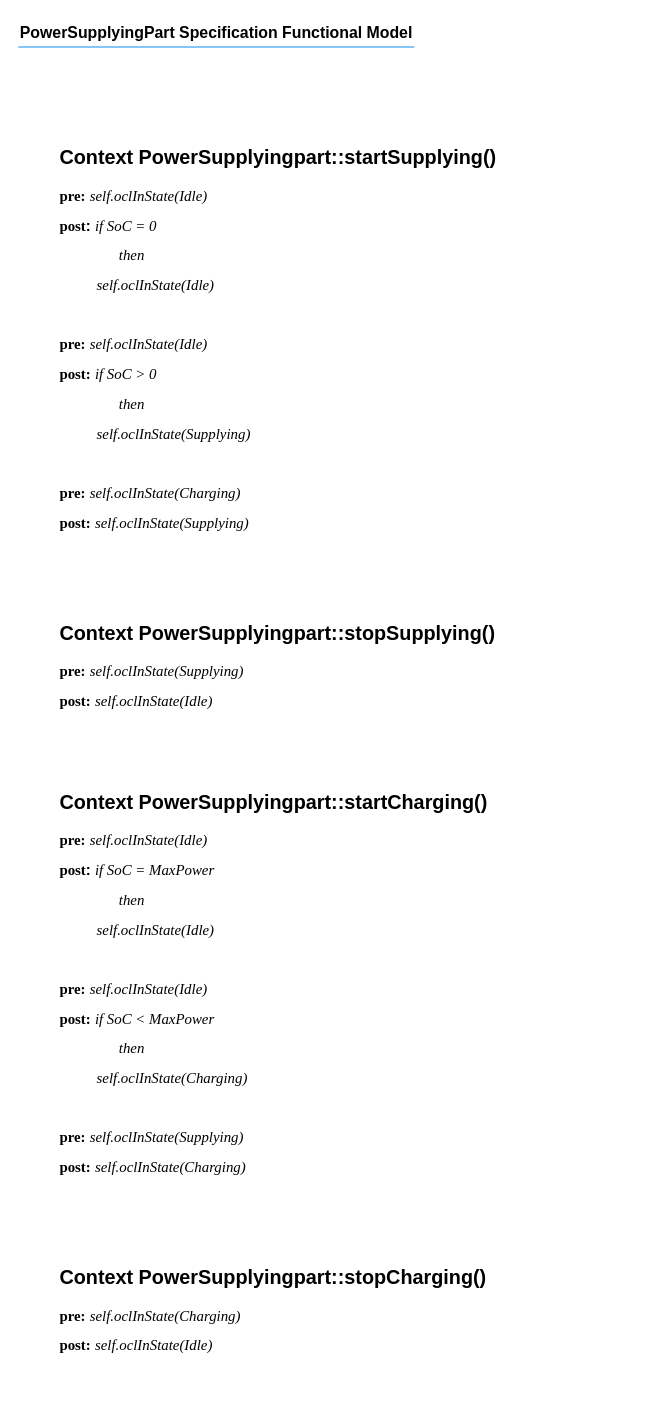
Above: PowerSupplyingPart-Specification-Functional-Model-v4.drawio in Mohammad-Si/convide-A02-MVE (draw.io), before the change. Source tidied: cells renumbered, new cells numbered last; positions are measured from the earlier drawing's top-left corner, leaving out a move shared by most shapes. Both pictures are drawn from the tidied source at 99%, with x=0, y=0 at pixel (18, 17).
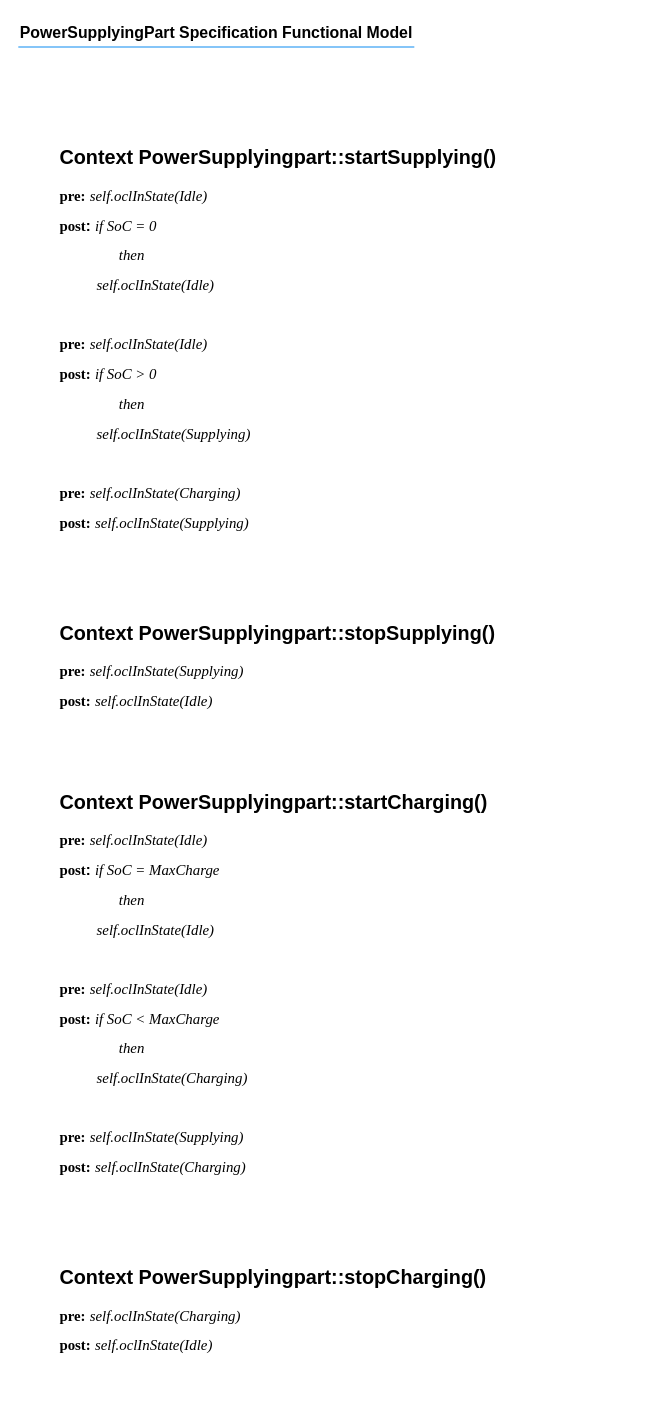
The same diagram, later.

What changed in the source:
```diff
@@
 <mxGraphModel>
   <root>
     <mxCell id="0" />
     <mxCell id="1" parent="0" />
     <mxCell id="2" value="&lt;h1 style=&quot;margin-top: 0px;&quot;&gt;&lt;font style=&quot;font-size: 20px;&quot;&gt;Context PowerSupplyingpart::startSupplying()&lt;/font&gt;&lt;/h1&gt;&lt;p&gt;&lt;font style=&quot;font-size: 15px;&quot;&gt;&lt;b style=&quot;&quot;&gt;&lt;font face=&quot;Times New Roman&quot;&gt;pre:&lt;/font&gt; &lt;/b&gt;&lt;font face=&quot;Times New Roman&quot;&gt;&lt;i&gt;self.oclInState(Idle)&lt;/i&gt;&lt;/font&gt;&lt;/font&gt;&lt;/p&gt;&lt;p&gt;&lt;font style=&quot;font-size: 15px;&quot;&gt;&lt;b&gt;&lt;font face=&quot;Times New Roman&quot;&gt;post&lt;/font&gt;:&lt;/b&gt;&amp;nbsp;&lt;font face=&quot;Times New Roman&quot;&gt;&lt;i&gt;if SoC = 0&lt;/i&gt;&lt;/font&gt;&lt;/font&gt;&lt;/p&gt;&lt;p&gt;&lt;font face=&quot;Times New Roman&quot; style=&quot;font-size: 15px;&quot;&gt;&lt;i&gt;&lt;span style=&quot;white-space: pre;&quot;&gt;&#9;&lt;/span&gt;&lt;span style=&quot;white-space: pre;&quot;&gt;&#9;&lt;/span&gt;then&lt;br&gt;&lt;/i&gt;&lt;/font&gt;&lt;/p&gt;&lt;p&gt;&lt;font style=&quot;font-size: 15px;&quot;&gt;&lt;font face=&quot;Times New Roman&quot;&gt;&lt;i&gt;&lt;span style=&quot;white-space: pre;&quot;&gt;&#9;&lt;/span&gt;&amp;nbsp; self.oclInState(Idle)&lt;/i&gt;&lt;/font&gt;&lt;br&gt;&lt;/font&gt;&lt;/p&gt;&lt;p&gt;&lt;font style=&quot;font-size: 15px;&quot;&gt;&lt;br&gt;&lt;/font&gt;&lt;/p&gt;&lt;p&gt;&lt;font style=&quot;font-size: 15px;&quot;&gt;&lt;b&gt;&lt;font face=&quot;Times New Roman&quot;&gt;pre:&lt;/font&gt;&amp;nbsp;&lt;/b&gt;&lt;font face=&quot;Times New Roman&quot;&gt;&lt;i&gt;self.oclInState(Idle)&lt;/i&gt;&lt;/font&gt;&lt;/font&gt;&lt;/p&gt;&lt;p&gt;&lt;font style=&quot;font-size: 15px;&quot;&gt;&lt;b&gt;&lt;font face=&quot;Times New Roman&quot;&gt;post:&lt;/font&gt;&lt;/b&gt;&amp;nbsp;&lt;font face=&quot;Times New Roman&quot;&gt;&lt;i&gt;if SoC &amp;gt; 0&lt;/i&gt;&lt;/font&gt;&lt;/font&gt;&lt;/p&gt;&lt;p&gt;&lt;font face=&quot;Times New Roman&quot; style=&quot;font-size: 15px;&quot;&gt;&lt;i&gt;&lt;span style=&quot;white-space: pre;&quot;&gt;&#9;&lt;/span&gt;&lt;span style=&quot;white-space: pre;&quot;&gt;&#9;&lt;/span&gt;then&lt;br&gt;&lt;/i&gt;&lt;/font&gt;&lt;/p&gt;&lt;p&gt;&lt;i&gt;&lt;font face=&quot;Times New Roman&quot; style=&quot;font-size: 15px;&quot;&gt;&lt;/font&gt;&lt;/i&gt;&lt;/p&gt;&lt;p&gt;&lt;font face=&quot;Times New Roman&quot; style=&quot;font-size: 15px;&quot;&gt;&lt;i&gt;&lt;span style=&quot;white-space: pre;&quot;&gt;&#9;&lt;/span&gt;&amp;nbsp; self.oclInState(Supplying)&lt;/i&gt;&lt;/font&gt;&lt;/p&gt;&lt;p&gt;&lt;font style=&quot;font-size: 15px;&quot;&gt;&lt;br&gt;&lt;/font&gt;&lt;/p&gt;&lt;p&gt;&lt;font style=&quot;font-size: 15px;&quot;&gt;&lt;b&gt;&lt;font face=&quot;Times New Roman&quot;&gt;pre:&lt;/font&gt;&amp;nbsp;&lt;/b&gt;&lt;font face=&quot;Times New Roman&quot;&gt;&lt;i&gt;self.oclInState(Charging)&lt;/i&gt;&lt;/font&gt;&lt;/font&gt;&lt;/p&gt;&lt;p&gt;&lt;font style=&quot;font-size: 15px;&quot;&gt;&lt;font style=&quot;&quot;&gt;&lt;b&gt;&lt;font face=&quot;Times New Roman&quot;&gt;post:&lt;/font&gt;&lt;/b&gt;&amp;nbsp;&lt;/font&gt;&lt;span style=&quot;background-color: transparent; color: light-dark(rgb(0, 0, 0), rgb(255, 255, 255));&quot;&gt;&lt;font face=&quot;Times New Roman&quot;&gt;&lt;i&gt;self.oclInState(Supplying)&lt;/i&gt;&lt;/font&gt;&lt;/span&gt;&lt;/font&gt;&lt;/p&gt;" style="text;html=1;whiteSpace=wrap;overflow=hidden;rounded=0;" parent="1" vertex="1">
       <mxGeometry x="40" y="120" width="600" height="400" as="geometry" />
     </mxCell>
     <mxCell id="3" style="group;" parent="1" vertex="1">
       <mxGeometry width="450" height="35" as="geometry" />
     </mxCell>
     <mxCell id="4" value="&lt;b&gt;PowerSupplyingPart Specification Functional Model&lt;/b&gt;" style="text;fontSize=16;verticalAlign=middle;strokeColor=none;fillColor=none;whiteSpace=wrap;html=1;" parent="3" vertex="1">
       <mxGeometry width="450" height="30" as="geometry" />
     </mxCell>
     <mxCell id="5" style="dashed=0;shape=line;strokeWidth=2;noLabel=1;strokeColor=#0C8CF2;opacity=50;" parent="3" vertex="1">
       <mxGeometry y="25" width="400" height="10" as="geometry" />
     </mxCell>
     <mxCell id="6" value="&lt;h1 style=&quot;margin-top: 0px;&quot;&gt;&lt;font style=&quot;font-size: 20px;&quot;&gt;Context PowerSupplyingpart::stopSupplying()&lt;/font&gt;&lt;/h1&gt;&lt;p&gt;&lt;b style=&quot;font-size: 15px; background-color: transparent; color: light-dark(rgb(0, 0, 0), rgb(255, 255, 255));&quot;&gt;&lt;font face=&quot;Times New Roman&quot;&gt;pre:&lt;/font&gt;&amp;nbsp;&lt;/b&gt;&lt;font style=&quot;font-size: 15px; background-color: transparent; color: light-dark(rgb(0, 0, 0), rgb(255, 255, 255));&quot; face=&quot;Times New Roman&quot;&gt;&lt;i&gt;self.oclInState(&lt;/i&gt;&lt;/font&gt;&lt;i style=&quot;font-size: 15px; background-color: transparent; color: light-dark(rgb(0, 0, 0), rgb(255, 255, 255)); font-family: &amp;quot;Times New Roman&amp;quot;;&quot;&gt;Supplying&lt;/i&gt;&lt;font style=&quot;font-size: 15px; background-color: transparent; color: light-dark(rgb(0, 0, 0), rgb(255, 255, 255));&quot; face=&quot;Times New Roman&quot;&gt;&lt;i&gt;)&lt;/i&gt;&lt;/font&gt;&lt;/p&gt;&lt;p&gt;&lt;font style=&quot;font-size: 15px;&quot;&gt;&lt;font style=&quot;&quot;&gt;&lt;b&gt;&lt;font face=&quot;Times New Roman&quot;&gt;post:&lt;/font&gt;&lt;/b&gt;&amp;nbsp;&lt;/font&gt;&lt;span style=&quot;background-color: transparent; color: light-dark(rgb(0, 0, 0), rgb(255, 255, 255));&quot;&gt;&lt;font face=&quot;Times New Roman&quot;&gt;&lt;i&gt;self.oclInState(Idle)&lt;/i&gt;&lt;/font&gt;&lt;/span&gt;&lt;/font&gt;&lt;/p&gt;" style="text;html=1;whiteSpace=wrap;overflow=hidden;rounded=0;" parent="1" vertex="1">
       <mxGeometry x="40" y="600" width="600" height="130" as="geometry" />
     </mxCell>
-    <mxCell id="7" value="&lt;h1 style=&quot;margin-top: 0px;&quot;&gt;&lt;font style=&quot;font-size: 20px;&quot;&gt;Context PowerSupplyingpart::startCharging()&lt;/font&gt;&lt;/h1&gt;&lt;p&gt;&lt;font style=&quot;font-size: 15px;&quot;&gt;&lt;b style=&quot;&quot;&gt;&lt;font face=&quot;Times New Roman&quot;&gt;pre:&lt;/font&gt; &lt;/b&gt;&lt;font face=&quot;Times New Roman&quot;&gt;&lt;i&gt;self.oclInState(Idle)&lt;/i&gt;&lt;/font&gt;&lt;/font&gt;&lt;/p&gt;&lt;p&gt;&lt;font style=&quot;font-size: 15px;&quot;&gt;&lt;b&gt;&lt;font face=&quot;Times New Roman&quot;&gt;post&lt;/font&gt;:&lt;/b&gt;&amp;nbsp;&lt;font face=&quot;Times New Roman&quot;&gt;&lt;i&gt;if SoC = MaxPower&lt;/i&gt;&lt;/font&gt;&lt;/font&gt;&lt;/p&gt;&lt;p&gt;&lt;font face=&quot;Times New Roman&quot; style=&quot;font-size: 15px;&quot;&gt;&lt;i&gt;&lt;span style=&quot;white-space: pre;&quot;&gt;&#9;&lt;/span&gt;&lt;span style=&quot;white-space: pre;&quot;&gt;&#9;&lt;/span&gt;then&lt;br&gt;&lt;/i&gt;&lt;/font&gt;&lt;/p&gt;&lt;p&gt;&lt;font style=&quot;font-size: 15px;&quot;&gt;&lt;font face=&quot;Times New Roman&quot;&gt;&lt;i&gt;&lt;span style=&quot;white-space: pre;&quot;&gt;&#9;&lt;/span&gt;&amp;nbsp; self.oclInState(Idle)&lt;/i&gt;&lt;/font&gt;&lt;br&gt;&lt;/font&gt;&lt;/p&gt;&lt;p&gt;&lt;font style=&quot;font-size: 15px;&quot;&gt;&lt;br&gt;&lt;/font&gt;&lt;/p&gt;&lt;p&gt;&lt;font style=&quot;font-size: 15px;&quot;&gt;&lt;b&gt;&lt;font face=&quot;Times New Roman&quot;&gt;pre:&lt;/font&gt;&amp;nbsp;&lt;/b&gt;&lt;font face=&quot;Times New Roman&quot;&gt;&lt;i&gt;self.oclInState(Idle)&lt;/i&gt;&lt;/font&gt;&lt;/font&gt;&lt;/p&gt;&lt;p&gt;&lt;font style=&quot;font-size: 15px;&quot;&gt;&lt;b&gt;&lt;font face=&quot;Times New Roman&quot;&gt;post:&lt;/font&gt;&lt;/b&gt;&amp;nbsp;&lt;font face=&quot;Times New Roman&quot;&gt;&lt;i&gt;if SoC &amp;lt;&amp;nbsp;&lt;/i&gt;&lt;/font&gt;&lt;/font&gt;&lt;i style=&quot;background-color: transparent; color: light-dark(rgb(0, 0, 0), rgb(255, 255, 255)); font-family: &amp;quot;Times New Roman&amp;quot;; font-size: 15px;&quot;&gt;MaxPower&lt;/i&gt;&lt;/p&gt;&lt;p&gt;&lt;font face=&quot;Times New Roman&quot; style=&quot;font-size: 15px;&quot;&gt;&lt;i&gt;&lt;span style=&quot;white-space: pre;&quot;&gt;&#9;&lt;/span&gt;&lt;span style=&quot;white-space: pre;&quot;&gt;&#9;&lt;/span&gt;then&lt;br&gt;&lt;/i&gt;&lt;/font&gt;&lt;/p&gt;&lt;p&gt;&lt;i&gt;&lt;font face=&quot;Times New Roman&quot; style=&quot;font-size: 15px;&quot;&gt;&lt;/font&gt;&lt;/i&gt;&lt;/p&gt;&lt;p&gt;&lt;font face=&quot;Times New Roman&quot; style=&quot;font-size: 15px;&quot;&gt;&lt;i&gt;&lt;span style=&quot;white-space: pre;&quot;&gt;&#9;&lt;/span&gt;&amp;nbsp; self.oclInState(Charging)&lt;/i&gt;&lt;/font&gt;&lt;/p&gt;&lt;p&gt;&lt;font style=&quot;font-size: 15px;&quot;&gt;&lt;br&gt;&lt;/font&gt;&lt;/p&gt;&lt;p&gt;&lt;font style=&quot;font-size: 15px;&quot;&gt;&lt;b&gt;&lt;font face=&quot;Times New Roman&quot;&gt;pre:&lt;/font&gt;&amp;nbsp;&lt;/b&gt;&lt;font face=&quot;Times New Roman&quot;&gt;&lt;i&gt;self.oclInState(&lt;/i&gt;&lt;/font&gt;&lt;i style=&quot;font-family: &amp;quot;Times New Roman&amp;quot;;&quot;&gt;Supplying&lt;/i&gt;&lt;font face=&quot;Times New Roman&quot;&gt;&lt;i&gt;)&lt;/i&gt;&lt;/font&gt;&lt;/font&gt;&lt;/p&gt;&lt;p&gt;&lt;font style=&quot;font-size: 15px;&quot;&gt;&lt;font style=&quot;&quot;&gt;&lt;b&gt;&lt;font face=&quot;Times New Roman&quot;&gt;post:&lt;/font&gt;&lt;/b&gt;&amp;nbsp;&lt;/font&gt;&lt;span style=&quot;background-color: transparent; color: light-dark(rgb(0, 0, 0), rgb(255, 255, 255));&quot;&gt;&lt;font face=&quot;Times New Roman&quot;&gt;&lt;i&gt;self.oclInState(&lt;/i&gt;&lt;/font&gt;&lt;/span&gt;&lt;i style=&quot;font-family: &amp;quot;Times New Roman&amp;quot;;&quot;&gt;Charging&lt;/i&gt;&lt;span style=&quot;background-color: transparent; color: light-dark(rgb(0, 0, 0), rgb(255, 255, 255));&quot;&gt;&lt;font face=&quot;Times New Roman&quot;&gt;&lt;i&gt;)&lt;/i&gt;&lt;/font&gt;&lt;/span&gt;&lt;/font&gt;&lt;/p&gt;" style="text;html=1;whiteSpace=wrap;overflow=hidden;rounded=0;" parent="1" vertex="1">
+    <mxCell id="7" value="&lt;h1 style=&quot;margin-top: 0px;&quot;&gt;&lt;font style=&quot;font-size: 20px;&quot;&gt;Context PowerSupplyingpart::startCharging()&lt;/font&gt;&lt;/h1&gt;&lt;p&gt;&lt;font style=&quot;font-size: 15px;&quot;&gt;&lt;b style=&quot;&quot;&gt;&lt;font face=&quot;Times New Roman&quot;&gt;pre:&lt;/font&gt; &lt;/b&gt;&lt;font face=&quot;Times New Roman&quot;&gt;&lt;i&gt;self.oclInState(Idle)&lt;/i&gt;&lt;/font&gt;&lt;/font&gt;&lt;/p&gt;&lt;p&gt;&lt;font style=&quot;font-size: 15px;&quot;&gt;&lt;b&gt;&lt;font face=&quot;Times New Roman&quot;&gt;post&lt;/font&gt;:&lt;/b&gt;&amp;nbsp;&lt;font face=&quot;Times New Roman&quot;&gt;&lt;i&gt;if SoC = MaxCharge&lt;/i&gt;&lt;/font&gt;&lt;/font&gt;&lt;/p&gt;&lt;p&gt;&lt;font face=&quot;Times New Roman&quot; style=&quot;font-size: 15px;&quot;&gt;&lt;i&gt;&lt;span style=&quot;white-space: pre;&quot;&gt;&#9;&lt;/span&gt;&lt;span style=&quot;white-space: pre;&quot;&gt;&#9;&lt;/span&gt;then&lt;br&gt;&lt;/i&gt;&lt;/font&gt;&lt;/p&gt;&lt;p&gt;&lt;font style=&quot;font-size: 15px;&quot;&gt;&lt;font face=&quot;Times New Roman&quot;&gt;&lt;i&gt;&lt;span style=&quot;white-space: pre;&quot;&gt;&#9;&lt;/span&gt;&amp;nbsp; self.oclInState(Idle)&lt;/i&gt;&lt;/font&gt;&lt;br&gt;&lt;/font&gt;&lt;/p&gt;&lt;p&gt;&lt;font style=&quot;font-size: 15px;&quot;&gt;&lt;br&gt;&lt;/font&gt;&lt;/p&gt;&lt;p&gt;&lt;font style=&quot;font-size: 15px;&quot;&gt;&lt;b&gt;&lt;font face=&quot;Times New Roman&quot;&gt;pre:&lt;/font&gt;&amp;nbsp;&lt;/b&gt;&lt;font face=&quot;Times New Roman&quot;&gt;&lt;i&gt;self.oclInState(Idle)&lt;/i&gt;&lt;/font&gt;&lt;/font&gt;&lt;/p&gt;&lt;p&gt;&lt;font style=&quot;font-size: 15px;&quot;&gt;&lt;b&gt;&lt;font face=&quot;Times New Roman&quot;&gt;post:&lt;/font&gt;&lt;/b&gt;&amp;nbsp;&lt;font face=&quot;Times New Roman&quot;&gt;&lt;i&gt;if SoC &amp;lt;&amp;nbsp;&lt;/i&gt;&lt;/font&gt;&lt;/font&gt;&lt;i style=&quot;background-color: transparent; color: light-dark(rgb(0, 0, 0), rgb(255, 255, 255)); font-family: &amp;quot;Times New Roman&amp;quot;; font-size: 15px;&quot;&gt;MaxCharge&lt;/i&gt;&lt;/p&gt;&lt;p&gt;&lt;font face=&quot;Times New Roman&quot; style=&quot;font-size: 15px;&quot;&gt;&lt;i&gt;&lt;span style=&quot;white-space: pre;&quot;&gt;&#9;&lt;/span&gt;&lt;span style=&quot;white-space: pre;&quot;&gt;&#9;&lt;/span&gt;then&lt;br&gt;&lt;/i&gt;&lt;/font&gt;&lt;/p&gt;&lt;p&gt;&lt;i&gt;&lt;font face=&quot;Times New Roman&quot; style=&quot;font-size: 15px;&quot;&gt;&lt;/font&gt;&lt;/i&gt;&lt;/p&gt;&lt;p&gt;&lt;font face=&quot;Times New Roman&quot; style=&quot;font-size: 15px;&quot;&gt;&lt;i&gt;&lt;span style=&quot;white-space: pre;&quot;&gt;&#9;&lt;/span&gt;&amp;nbsp; self.oclInState(Charging)&lt;/i&gt;&lt;/font&gt;&lt;/p&gt;&lt;p&gt;&lt;font style=&quot;font-size: 15px;&quot;&gt;&lt;br&gt;&lt;/font&gt;&lt;/p&gt;&lt;p&gt;&lt;font style=&quot;font-size: 15px;&quot;&gt;&lt;b&gt;&lt;font face=&quot;Times New Roman&quot;&gt;pre:&lt;/font&gt;&amp;nbsp;&lt;/b&gt;&lt;font face=&quot;Times New Roman&quot;&gt;&lt;i&gt;self.oclInState(&lt;/i&gt;&lt;/font&gt;&lt;i style=&quot;font-family: &amp;quot;Times New Roman&amp;quot;;&quot;&gt;Supplying&lt;/i&gt;&lt;font face=&quot;Times New Roman&quot;&gt;&lt;i&gt;)&lt;/i&gt;&lt;/font&gt;&lt;/font&gt;&lt;/p&gt;&lt;p&gt;&lt;font style=&quot;font-size: 15px;&quot;&gt;&lt;font style=&quot;&quot;&gt;&lt;b&gt;&lt;font face=&quot;Times New Roman&quot;&gt;post:&lt;/font&gt;&lt;/b&gt;&amp;nbsp;&lt;/font&gt;&lt;span style=&quot;background-color: transparent; color: light-dark(rgb(0, 0, 0), rgb(255, 255, 255));&quot;&gt;&lt;font face=&quot;Times New Roman&quot;&gt;&lt;i&gt;self.oclInState(&lt;/i&gt;&lt;/font&gt;&lt;/span&gt;&lt;i style=&quot;font-family: &amp;quot;Times New Roman&amp;quot;;&quot;&gt;Charging&lt;/i&gt;&lt;span style=&quot;background-color: transparent; color: light-dark(rgb(0, 0, 0), rgb(255, 255, 255));&quot;&gt;&lt;font face=&quot;Times New Roman&quot;&gt;&lt;i&gt;)&lt;/i&gt;&lt;/font&gt;&lt;/span&gt;&lt;/font&gt;&lt;/p&gt;" style="text;html=1;whiteSpace=wrap;overflow=hidden;rounded=0;" parent="1" vertex="1">
       <mxGeometry x="40" y="771" width="600" height="400" as="geometry" />
     </mxCell>
     <mxCell id="8" value="&lt;h1 style=&quot;margin-top: 0px;&quot;&gt;&lt;font style=&quot;font-size: 20px;&quot;&gt;Context PowerSupplyingpart::stopCharging()&lt;/font&gt;&lt;/h1&gt;&lt;p&gt;&lt;b style=&quot;font-size: 15px; background-color: transparent; color: light-dark(rgb(0, 0, 0), rgb(255, 255, 255));&quot;&gt;&lt;font face=&quot;Times New Roman&quot;&gt;pre:&lt;/font&gt;&amp;nbsp;&lt;/b&gt;&lt;font style=&quot;font-size: 15px; background-color: transparent; color: light-dark(rgb(0, 0, 0), rgb(255, 255, 255));&quot; face=&quot;Times New Roman&quot;&gt;&lt;i&gt;self.oclInState(&lt;/i&gt;&lt;/font&gt;&lt;i style=&quot;font-size: 15px; background-color: transparent; color: light-dark(rgb(0, 0, 0), rgb(255, 255, 255)); font-family: &amp;quot;Times New Roman&amp;quot;;&quot;&gt;Charging&lt;/i&gt;&lt;font style=&quot;font-size: 15px; background-color: transparent; color: light-dark(rgb(0, 0, 0), rgb(255, 255, 255));&quot; face=&quot;Times New Roman&quot;&gt;&lt;i&gt;)&lt;/i&gt;&lt;/font&gt;&lt;/p&gt;&lt;p&gt;&lt;font style=&quot;font-size: 15px;&quot;&gt;&lt;font style=&quot;&quot;&gt;&lt;b&gt;&lt;font face=&quot;Times New Roman&quot;&gt;post:&lt;/font&gt;&lt;/b&gt;&amp;nbsp;&lt;/font&gt;&lt;span style=&quot;background-color: transparent; color: light-dark(rgb(0, 0, 0), rgb(255, 255, 255));&quot;&gt;&lt;font face=&quot;Times New Roman&quot;&gt;&lt;i&gt;self.oclInState(Idle)&lt;/i&gt;&lt;/font&gt;&lt;/span&gt;&lt;/font&gt;&lt;/p&gt;" style="text;html=1;whiteSpace=wrap;overflow=hidden;rounded=0;" parent="1" vertex="1">
       <mxGeometry x="40" y="1251" width="600" height="130" as="geometry" />
     </mxCell>
   </root>
 </mxGraphModel>
```
